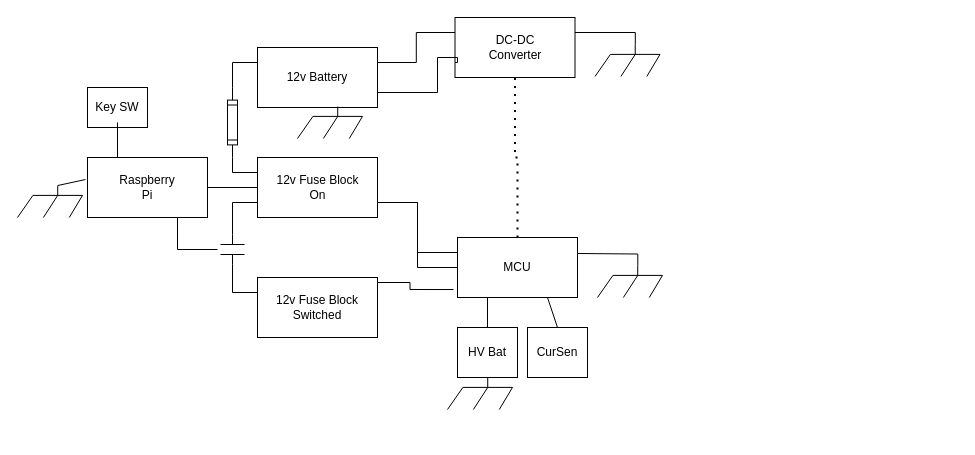
Before: ElectricalLowVoltage.drawio in cdvanhorn/ForsanRaneaf, a draw.io diagram. Source tidied: cells renumbered, new cells numbered last; positions are measured from the earlier drawing's top-left corner, leaving out a move shared by most shapes. Both pictures are drawn from the tidied source at 100%, with x=0, y=0 at pixel (17, 17).
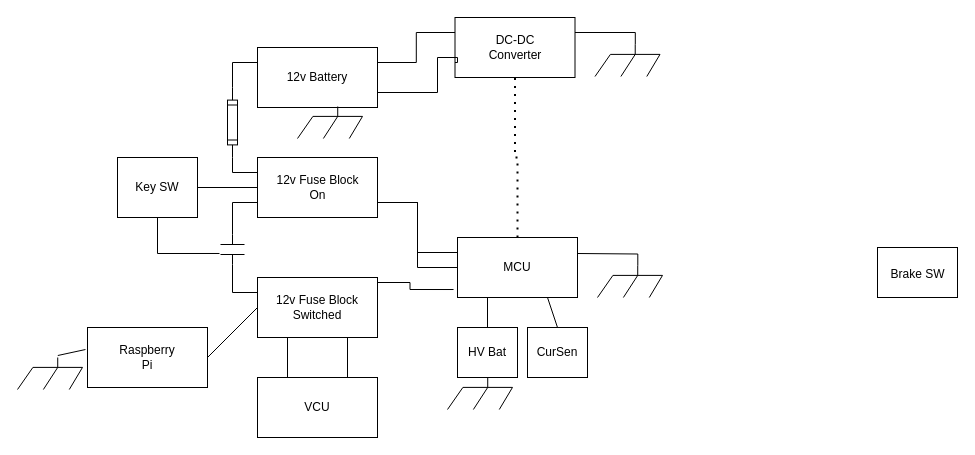
Above is the later version.

Commit message:
made key switch adjusments, started adding VCU

Unchanged cells that the change refers to:
```xml
<mxCell id="3" style="verticalLabelPosition=bottom;shadow=0;dashed=0;align=center;html=1;verticalAlign=top;shape=mxgraph.electrical.electro-mechanical.relay_contacts;rotation=-90;" parent="1" vertex="1">
  <mxGeometry x="200" y="220" width="30" height="24" as="geometry" />
</mxCell>
<mxCell id="5" style="rounded=0;whiteSpace=wrap;html=1;" parent="4" vertex="1">
  <mxGeometry width="120" height="60" as="geometry" />
</mxCell>
<mxCell id="29" style="rounded=0;whiteSpace=wrap;html=1;" parent="28" vertex="1">
  <mxGeometry width="120" height="60" as="geometry" />
</mxCell>
<mxCell id="36" style="rounded=0;whiteSpace=wrap;html=1;" parent="35" vertex="1">
  <mxGeometry width="120" height="60" as="geometry" />
</mxCell>
```

Diff of the diagram source:
```diff
@@
     <mxCell id="4" style="group;" parent="1" vertex="1">
-      <mxGeometry x="70" y="140" width="120" height="60" as="geometry" />
+      <mxGeometry x="70" y="310" width="120" height="60" as="geometry" />
     </mxCell>
@@
-    <mxCell id="7" style="endArrow=none;html=1;rounded=0;entryX=0.75;entryY=1;entryDx=0;entryDy=0;exitX=0.5;exitY=-0.125;exitDx=0;exitDy=0;exitPerimeter=0;edgeStyle=orthogonalEdgeStyle;" parent="1" edge="1" source="3" target="5">
-      <mxGeometry relative="1" as="geometry" />
-    </mxCell>
-    <mxCell id="8" style="endArrow=none;html=1;rounded=0;entryX=1;entryY=0.5;entryDx=0;entryDy=0;exitX=0;exitY=0.5;exitDx=0;exitDy=0;" parent="1" edge="1" source="29" target="5">
-      <mxGeometry relative="1" as="geometry" />
-    </mxCell>
@@
     <mxCell id="17" style="group;" parent="1" vertex="1">
-      <mxGeometry x="70" y="70" width="60" height="40" as="geometry" />
+      <mxGeometry x="100" y="140" width="80" height="60" as="geometry" />
     </mxCell>
     <mxCell id="18" style="rounded=0;whiteSpace=wrap;html=1;" parent="17" vertex="1">
-      <mxGeometry width="60" height="40" as="geometry" />
+      <mxGeometry width="80" height="60" as="geometry" />
     </mxCell>
     <mxCell id="19" value="Key SW" style="text;html=1;align=center;verticalAlign=middle;whiteSpace=wrap;rounded=0;" parent="17" vertex="1">
-      <mxGeometry y="5" width="60" height="30" as="geometry" />
+      <mxGeometry x="10" y="13.8" width="60" height="32.5" as="geometry" />
     </mxCell>
-    <mxCell id="20" style="endArrow=none;html=1;rounded=0;entryX=0.5;entryY=1;entryDx=0;entryDy=0;exitX=0.25;exitY=0;exitDx=0;exitDy=0;" parent="1" edge="1" source="5" target="19">
-      <mxGeometry relative="1" as="geometry" />
-    </mxCell>
@@
     <mxCell id="41" style="verticalLabelPosition=bottom;shadow=0;dashed=0;align=center;html=1;verticalAlign=top;shape=mxgraph.electrical.miscellaneous.chassis;" parent="1" vertex="1">
-      <mxGeometry y="168" width="65" height="32" as="geometry" />
+      <mxGeometry y="340" width="65" height="32" as="geometry" />
     </mxCell>
-    <mxCell id="42" style="endArrow=none;html=1;rounded=0;entryX=-0.017;entryY=0.367;entryDx=0;entryDy=0;entryPerimeter=0;exitX=0.62;exitY=0;exitDx=0;exitDy=0;exitPerimeter=0;" parent="1" edge="1" source="41" target="5">
-      <mxGeometry relative="1" as="geometry" />
+    <mxCell id="42" style="endArrow=none;html=1;rounded=0;entryX=-0.017;entryY=0.367;entryDx=0;entryDy=0;entryPerimeter=0;exitX=0.62;exitY=0;exitDx=0;exitDy=0;exitPerimeter=0;" parent="1" edge="1" target="5">
+      <mxGeometry relative="1" as="geometry">
+        <mxPoint x="40.3" y="338" as="sourcePoint" />
+      </mxGeometry>
     </mxCell>
@@
+    <mxCell id="51" style="rounded=0;whiteSpace=wrap;html=1;" parent="1" vertex="1">
+      <mxGeometry x="240" y="360" width="120" height="60" as="geometry" />
+    </mxCell>
+    <mxCell id="52" value="VCU" style="text;html=1;align=center;verticalAlign=middle;whiteSpace=wrap;rounded=0;" parent="1" vertex="1">
+      <mxGeometry x="270" y="375" width="60" height="30" as="geometry" />
+    </mxCell>
+    <mxCell id="53" style="endArrow=none;html=1;rounded=0;entryX=0.25;entryY=1;entryDx=0;entryDy=0;exitX=0.25;exitY=0;exitDx=0;exitDy=0;" parent="1" edge="1" source="51" target="36">
+      <mxGeometry relative="1" as="geometry" />
+    </mxCell>
+    <mxCell id="54" style="endArrow=none;html=1;rounded=0;entryX=0.75;entryY=1;entryDx=0;entryDy=0;exitX=0.75;exitY=0;exitDx=0;exitDy=0;" parent="1" edge="1" source="51" target="36">
+      <mxGeometry relative="1" as="geometry" />
+    </mxCell>
+    <mxCell id="55" style="endArrow=none;html=1;rounded=0;entryX=0;entryY=0.5;entryDx=0;entryDy=0;exitX=1;exitY=0.5;exitDx=0;exitDy=0;" parent="1" edge="1" source="5" target="36">
+      <mxGeometry relative="1" as="geometry" />
+    </mxCell>
+    <mxCell id="56" style="group;" parent="1" vertex="1">
+      <mxGeometry x="860" y="230" width="80" height="50" as="geometry" />
+    </mxCell>
+    <mxCell id="57" style="rounded=0;whiteSpace=wrap;html=1;" parent="56" vertex="1">
+      <mxGeometry width="80" height="50" as="geometry" />
+    </mxCell>
+    <mxCell id="58" value="Brake SW" style="text;html=1;align=center;verticalAlign=middle;whiteSpace=wrap;rounded=0;" parent="56" vertex="1">
+      <mxGeometry x="5.7" y="10" width="68.6" height="33.8" as="geometry" />
+    </mxCell>
+    <mxCell id="59" style="endArrow=none;html=1;rounded=0;entryX=0;entryY=0.5;entryDx=0;entryDy=0;exitX=1;exitY=0.5;exitDx=0;exitDy=0;edgeStyle=orthogonalEdgeStyle;" parent="1" edge="1" source="18" target="29">
+      <mxGeometry relative="1" as="geometry" />
+    </mxCell>
+    <mxCell id="60" style="endArrow=none;html=1;rounded=0;entryX=0.5;entryY=1;entryDx=0;entryDy=0;exitX=0.367;exitY=-0.042;exitDx=0;exitDy=0;exitPerimeter=0;edgeStyle=orthogonalEdgeStyle;" parent="1" edge="1" source="3" target="18">
+      <mxGeometry relative="1" as="geometry" />
+    </mxCell>
```
